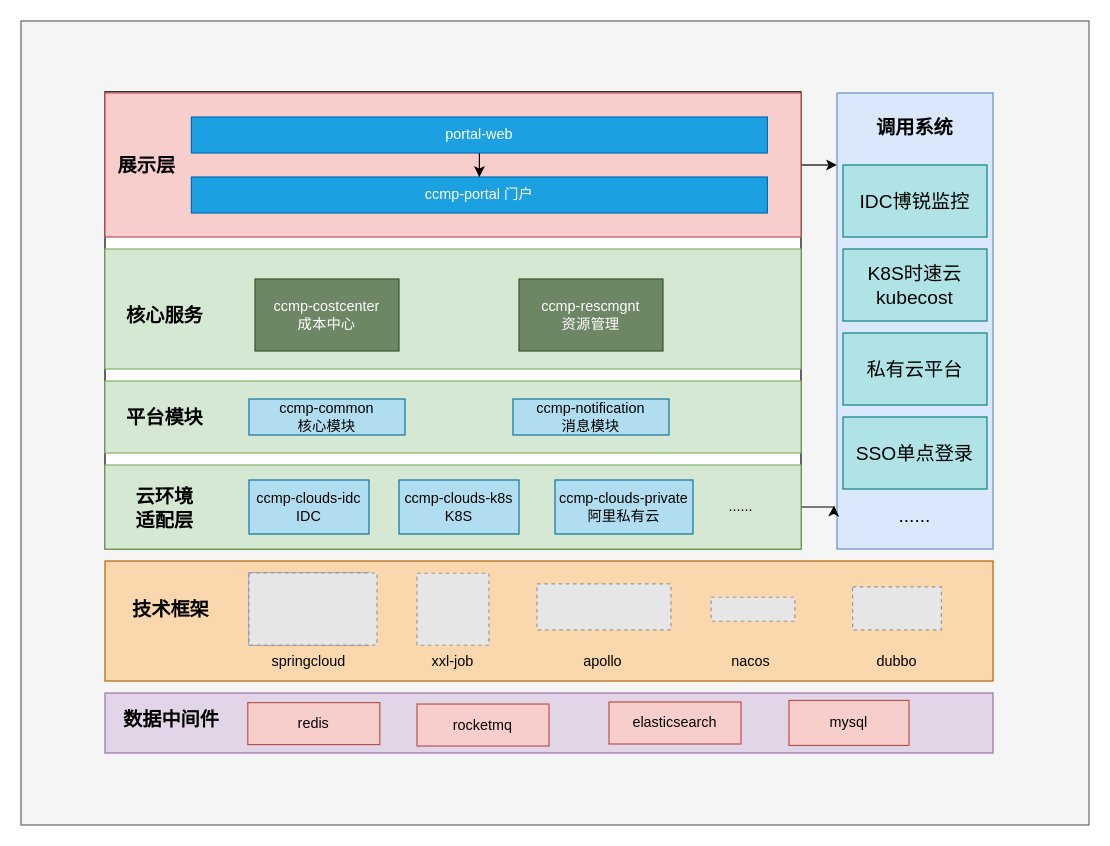
Above: 未命名绘图.drawio in scrollsyou/doc (draw.io), before the change. Source tidied: cells renumbered, new cells numbered last; positions are measured from the earlier drawing's top-left corner, leaving out a move shared by most shapes. Both pictures are drawn from the tidied source at 120%, with x=0, y=0 at pixel (20, 20). Pictures stored in the file or linked from it are replaced by grey dashed boxes.
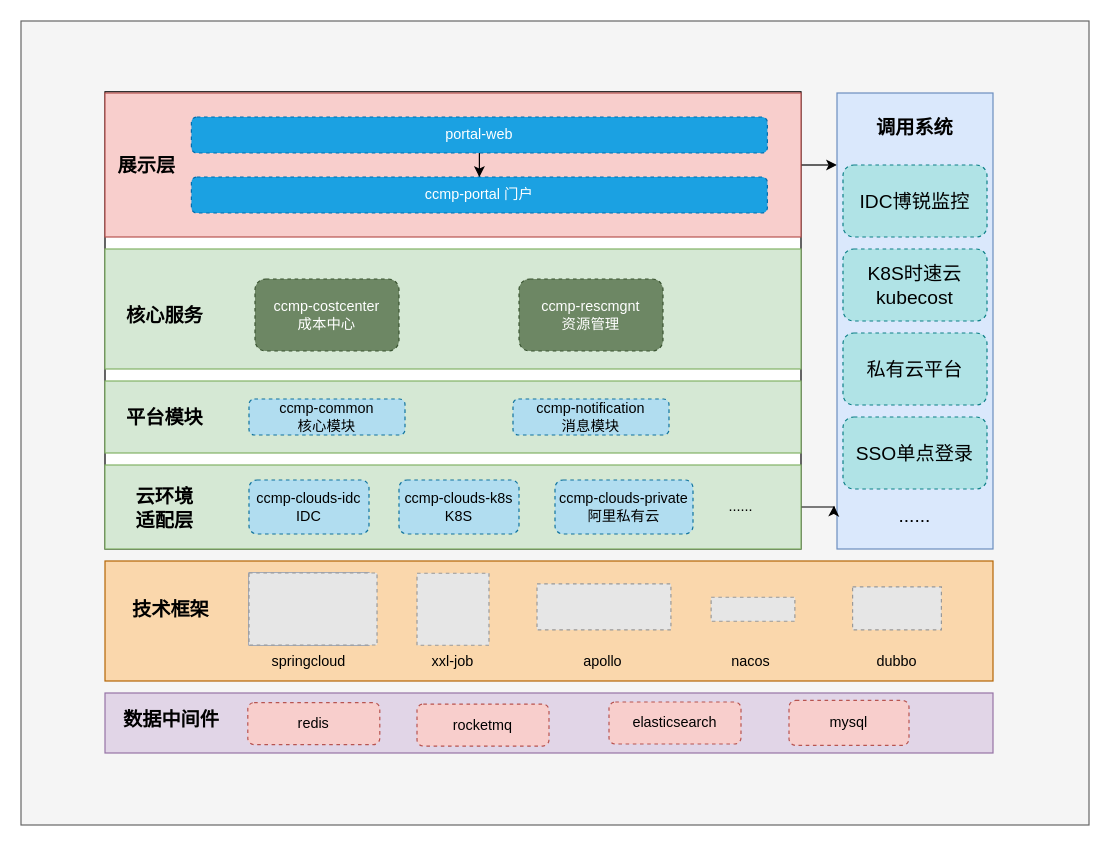
After the change.

Commit message:
更改为虚线及圆角

Change to the diagram source:
```diff
@@
-    <mxCell id="12" value="portal-web" style="rounded=0;whiteSpace=wrap;html=1;fillColor=#1ba1e2;fontColor=#ffffff;strokeColor=#006EAF;" parent="1" vertex="1">
+    <mxCell id="12" value="portal-web" style="rounded=1;whiteSpace=wrap;html=1;fillColor=#1ba1e2;fontColor=#ffffff;strokeColor=#006EAF;dashed=1;" parent="1" vertex="1">
       <mxGeometry x="142" y="80" width="480" height="30" as="geometry" />
     </mxCell>
-    <mxCell id="13" value="ccmp-portal 门户" style="rounded=0;whiteSpace=wrap;html=1;fillColor=#1ba1e2;fontColor=#ffffff;strokeColor=#006EAF;" parent="1" vertex="1">
+    <mxCell id="13" value="ccmp-portal 门户" style="rounded=1;whiteSpace=wrap;html=1;fillColor=#1ba1e2;fontColor=#ffffff;strokeColor=#006EAF;dashed=1;" parent="1" vertex="1">
       <mxGeometry x="142" y="130" width="480" height="30" as="geometry" />
     </mxCell>
-    <mxCell id="14" value="ccmp-common&lt;br&gt;核心模块" style="rounded=0;whiteSpace=wrap;html=1;fillColor=#b1ddf0;strokeColor=#10739e;" parent="1" vertex="1">
+    <mxCell id="14" value="ccmp-common&lt;br&gt;核心模块" style="rounded=1;whiteSpace=wrap;html=1;fillColor=#b1ddf0;strokeColor=#10739e;dashed=1;" parent="1" vertex="1">
       <mxGeometry x="190" y="315" width="130" height="30" as="geometry" />
     </mxCell>
-    <mxCell id="15" value="ccmp-notification&lt;br&gt;消息模块" style="rounded=0;whiteSpace=wrap;html=1;fillColor=#b1ddf0;strokeColor=#10739e;" parent="1" vertex="1">
+    <mxCell id="15" value="ccmp-notification&lt;br&gt;消息模块" style="rounded=1;whiteSpace=wrap;html=1;fillColor=#b1ddf0;strokeColor=#10739e;dashed=1;" parent="1" vertex="1">
       <mxGeometry x="410" y="315" width="130" height="30" as="geometry" />
     </mxCell>
@@
-    <mxCell id="19" value="mysql" style="rounded=0;whiteSpace=wrap;html=1;fillColor=#f8cecc;strokeColor=#b85450;" parent="1" vertex="1">
+    <mxCell id="19" value="mysql" style="rounded=1;whiteSpace=wrap;html=1;fillColor=#f8cecc;strokeColor=#b85450;dashed=1;" parent="1" vertex="1">
       <mxGeometry x="640" y="566.2" width="100" height="37.5" as="geometry" />
     </mxCell>
-    <mxCell id="20" value="rocketmq" style="rounded=0;whiteSpace=wrap;html=1;fillColor=#f8cecc;strokeColor=#b85450;" parent="1" vertex="1">
+    <mxCell id="20" value="rocketmq" style="rounded=1;whiteSpace=wrap;html=1;fillColor=#f8cecc;strokeColor=#b85450;dashed=1;" parent="1" vertex="1">
       <mxGeometry x="330" y="569.2" width="110" height="35" as="geometry" />
     </mxCell>
-    <mxCell id="21" value="elasticsearch" style="rounded=0;whiteSpace=wrap;html=1;fillColor=#f8cecc;strokeColor=#b85450;" parent="1" vertex="1">
+    <mxCell id="21" value="elasticsearch" style="rounded=1;whiteSpace=wrap;html=1;fillColor=#f8cecc;strokeColor=#b85450;dashed=1;" parent="1" vertex="1">
       <mxGeometry x="490" y="567.5" width="110" height="35" as="geometry" />
     </mxCell>
@@
-    <mxCell id="24" value="ccmp-clouds-idc&lt;br&gt;IDC" style="rounded=0;whiteSpace=wrap;html=1;fillColor=#b1ddf0;strokeColor=#10739e;" parent="1" vertex="1">
+    <mxCell id="24" value="ccmp-clouds-idc&lt;br&gt;IDC" style="rounded=1;whiteSpace=wrap;html=1;fillColor=#b1ddf0;strokeColor=#10739e;dashed=1;" parent="1" vertex="1">
       <mxGeometry x="190" y="382.5" width="100" height="45" as="geometry" />
     </mxCell>
-    <mxCell id="25" value="ccmp-clouds-k8s&lt;br&gt;K8S" style="rounded=0;whiteSpace=wrap;html=1;fillColor=#b1ddf0;strokeColor=#10739e;" parent="1" vertex="1">
+    <mxCell id="25" value="ccmp-clouds-k8s&lt;br&gt;K8S" style="rounded=1;whiteSpace=wrap;html=1;fillColor=#b1ddf0;strokeColor=#10739e;dashed=1;" parent="1" vertex="1">
       <mxGeometry x="315" y="382.5" width="100" height="45" as="geometry" />
     </mxCell>
-    <mxCell id="26" value="ccmp-clouds-private&lt;br&gt;阿里私有云" style="rounded=0;whiteSpace=wrap;html=1;fillColor=#b1ddf0;strokeColor=#10739e;" parent="1" vertex="1">
+    <mxCell id="26" value="ccmp-clouds-private&lt;br&gt;阿里私有云" style="rounded=1;whiteSpace=wrap;html=1;fillColor=#b1ddf0;strokeColor=#10739e;dashed=1;" parent="1" vertex="1">
       <mxGeometry x="445" y="382.5" width="115" height="45" as="geometry" />
     </mxCell>
@@
-    <mxCell id="28" value="ccmp-rescmgnt&lt;br&gt;资源管理" style="rounded=0;whiteSpace=wrap;html=1;fillColor=#6d8764;fontColor=#ffffff;strokeColor=#3A5431;" parent="1" vertex="1">
+    <mxCell id="28" value="ccmp-rescmgnt&lt;br&gt;资源管理" style="rounded=1;whiteSpace=wrap;html=1;fillColor=#6d8764;fontColor=#ffffff;strokeColor=#3A5431;dashed=1;" parent="1" vertex="1">
       <mxGeometry x="415" y="215" width="120" height="60" as="geometry" />
     </mxCell>
@@
-    <mxCell id="35" value="ccmp-costcenter&lt;br&gt;成本中心" style="rounded=0;whiteSpace=wrap;html=1;fillColor=#6d8764;fontColor=#ffffff;strokeColor=#3A5431;" parent="1" vertex="1">
+    <mxCell id="35" value="ccmp-costcenter&lt;br&gt;成本中心" style="rounded=1;whiteSpace=wrap;html=1;fillColor=#6d8764;fontColor=#ffffff;strokeColor=#3A5431;dashed=1;" parent="1" vertex="1">
       <mxGeometry x="195" y="215" width="120" height="60" as="geometry" />
     </mxCell>
@@
-    <mxCell id="38" value="redis" style="rounded=0;whiteSpace=wrap;html=1;fillColor=#f8cecc;strokeColor=#b85450;" parent="1" vertex="1">
+    <mxCell id="38" value="redis" style="rounded=1;whiteSpace=wrap;html=1;fillColor=#f8cecc;strokeColor=#b85450;dashed=1;" parent="1" vertex="1">
       <mxGeometry x="189" y="568" width="110" height="35" as="geometry" />
     </mxCell>
-    <mxCell id="39" value="IDC博锐监控" style="rounded=0;whiteSpace=wrap;html=1;fontSize=16;fillColor=#b0e3e6;strokeColor=#0e8088;" parent="1" vertex="1">
+    <mxCell id="39" value="IDC博锐监控" style="rounded=1;whiteSpace=wrap;html=1;fontSize=16;fillColor=#b0e3e6;strokeColor=#0e8088;dashed=1;" parent="1" vertex="1">
       <mxGeometry x="685" y="120" width="120" height="60" as="geometry" />
     </mxCell>
-    <mxCell id="40" value="K8S时速云&lt;br&gt;kubecost" style="rounded=0;whiteSpace=wrap;html=1;fontSize=16;fillColor=#b0e3e6;strokeColor=#0e8088;" parent="1" vertex="1">
+    <mxCell id="40" value="K8S时速云&lt;br&gt;kubecost" style="rounded=1;whiteSpace=wrap;html=1;fontSize=16;fillColor=#b0e3e6;strokeColor=#0e8088;dashed=1;" parent="1" vertex="1">
       <mxGeometry x="685" y="190" width="120" height="60" as="geometry" />
     </mxCell>
-    <mxCell id="41" value="私有云平台" style="rounded=0;whiteSpace=wrap;html=1;fontSize=16;fillColor=#b0e3e6;strokeColor=#0e8088;" parent="1" vertex="1">
+    <mxCell id="41" value="私有云平台" style="rounded=1;whiteSpace=wrap;html=1;fontSize=16;fillColor=#b0e3e6;strokeColor=#0e8088;dashed=1;" parent="1" vertex="1">
       <mxGeometry x="685" y="260" width="120" height="60" as="geometry" />
     </mxCell>
-    <mxCell id="42" value="SSO单点登录" style="rounded=0;whiteSpace=wrap;html=1;fontSize=16;fillColor=#b0e3e6;strokeColor=#0e8088;" parent="1" vertex="1">
+    <mxCell id="42" value="SSO单点登录" style="rounded=1;whiteSpace=wrap;html=1;fontSize=16;fillColor=#b0e3e6;strokeColor=#0e8088;dashed=1;" parent="1" vertex="1">
       <mxGeometry x="685" y="330" width="120" height="60" as="geometry" />
     </mxCell>
```
